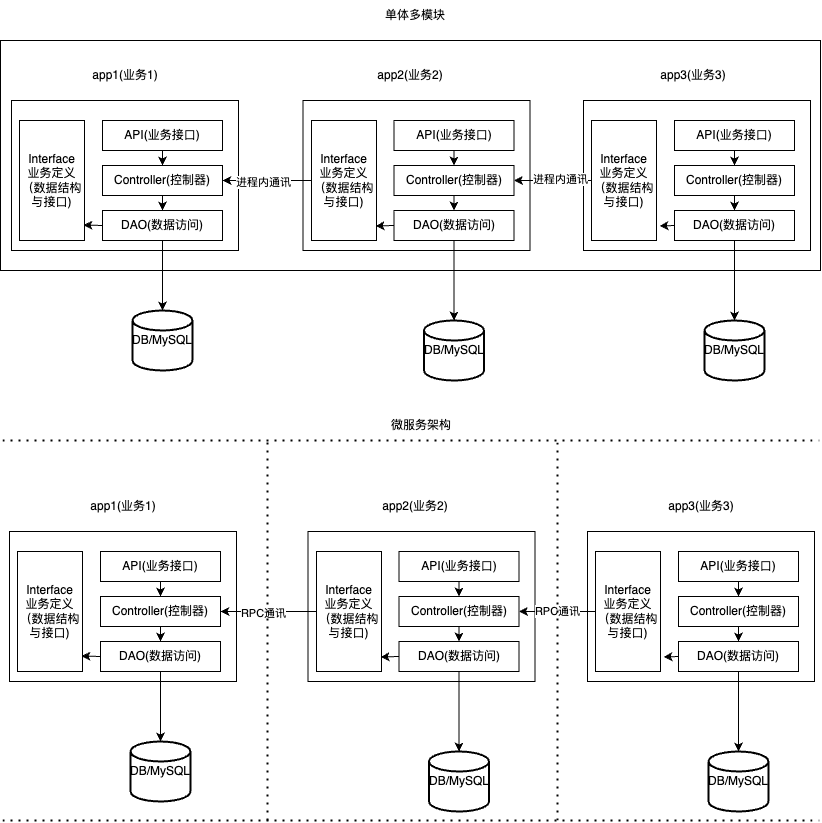
This is static/img/mcube/micro.png from infraboard/docs, a draw.io export, as it was before one commit. Source tidied: cells renumbered, new cells last; positions are measured from the earlier drawing's top-left corner, leaving out a move shared by most shapes. Its diagram source:
```xml
<mxGraphModel>
  <root>
    <mxCell id="0" />
    <mxCell id="1" parent="0" />
    <mxCell id="2" value="单体多模块" style="text;html=1;strokeColor=none;fillColor=none;align=center;verticalAlign=middle;whiteSpace=wrap;rounded=0;" parent="1" vertex="1">
      <mxGeometry x="340" width="150" height="30" as="geometry" />
    </mxCell>
    <mxCell id="3" style="rounded=0;whiteSpace=wrap;html=1;" parent="1" vertex="1">
      <mxGeometry y="40" width="820" height="230" as="geometry" />
    </mxCell>
    <mxCell id="4" style="rounded=0;whiteSpace=wrap;html=1;" parent="1" vertex="1">
      <mxGeometry x="11" y="100" width="227" height="150" as="geometry" />
    </mxCell>
    <mxCell id="5" value="app2(业务2)" style="text;html=1;strokeColor=none;fillColor=none;align=center;verticalAlign=middle;whiteSpace=wrap;rounded=0;" parent="1" vertex="1">
      <mxGeometry x="355" y="60" width="110" height="30" as="geometry" />
    </mxCell>
    <mxCell id="6" value="app1(业务1)" style="text;html=1;strokeColor=none;fillColor=none;align=center;verticalAlign=middle;whiteSpace=wrap;rounded=0;" parent="1" vertex="1">
      <mxGeometry x="54.5" y="60" width="140" height="30" as="geometry" />
    </mxCell>
    <mxCell id="7" value="app3(业务3)" style="text;html=1;strokeColor=none;fillColor=none;align=center;verticalAlign=middle;whiteSpace=wrap;rounded=0;" parent="1" vertex="1">
      <mxGeometry x="622.5" y="60" width="140" height="30" as="geometry" />
    </mxCell>
    <mxCell id="8" value="DB/MySQL" style="strokeWidth=2;html=1;shape=mxgraph.flowchart.database;whiteSpace=wrap;" parent="1" vertex="1">
      <mxGeometry x="132" y="310" width="60" height="60" as="geometry" />
    </mxCell>
    <mxCell id="9" style="edgeStyle=none;html=1;exitX=0.5;exitY=1;exitDx=0;exitDy=0;entryX=0.5;entryY=0;entryDx=0;entryDy=0;" parent="1" edge="1" source="10" target="18">
      <mxGeometry relative="1" as="geometry" />
    </mxCell>
    <mxCell id="10" value="Controller(控制器)" style="rounded=0;whiteSpace=wrap;html=1;" parent="1" vertex="1">
      <mxGeometry x="102" y="165" width="120" height="30" as="geometry" />
    </mxCell>
    <mxCell id="11" value="Interface&lt;br&gt;业务定义&lt;br&gt;（数据结构与接口)" style="rounded=0;whiteSpace=wrap;html=1;" parent="1" vertex="1">
      <mxGeometry x="19" y="120" width="65" height="120" as="geometry" />
    </mxCell>
    <mxCell id="12" value="DB/MySQL" style="strokeWidth=2;html=1;shape=mxgraph.flowchart.database;whiteSpace=wrap;" parent="1" vertex="1">
      <mxGeometry x="423.5" y="320" width="60" height="60" as="geometry" />
    </mxCell>
    <mxCell id="13" value="DB/MySQL" style="strokeWidth=2;html=1;shape=mxgraph.flowchart.database;whiteSpace=wrap;" parent="1" vertex="1">
      <mxGeometry x="704" y="320" width="60" height="60" as="geometry" />
    </mxCell>
    <mxCell id="14" style="edgeStyle=none;html=1;exitX=0.5;exitY=1;exitDx=0;exitDy=0;entryX=0.5;entryY=0;entryDx=0;entryDy=0;" parent="1" edge="1" source="15" target="10">
      <mxGeometry relative="1" as="geometry" />
    </mxCell>
    <mxCell id="15" value="API(业务接口)" style="rounded=0;whiteSpace=wrap;html=1;" parent="1" vertex="1">
      <mxGeometry x="102" y="120" width="120" height="30" as="geometry" />
    </mxCell>
    <mxCell id="16" style="edgeStyle=none;html=1;exitX=0.5;exitY=1;exitDx=0;exitDy=0;" parent="1" edge="1" source="18">
      <mxGeometry relative="1" as="geometry">
        <mxPoint x="162" y="310" as="targetPoint" />
      </mxGeometry>
    </mxCell>
    <mxCell id="17" style="edgeStyle=none;html=1;exitX=0;exitY=0.5;exitDx=0;exitDy=0;entryX=0.985;entryY=0.871;entryDx=0;entryDy=0;entryPerimeter=0;" parent="1" edge="1" source="18" target="11">
      <mxGeometry relative="1" as="geometry" />
    </mxCell>
    <mxCell id="18" value="DAO(数据访问)" style="rounded=0;whiteSpace=wrap;html=1;" parent="1" vertex="1">
      <mxGeometry x="102" y="210" width="120" height="30" as="geometry" />
    </mxCell>
    <mxCell id="19" style="rounded=0;whiteSpace=wrap;html=1;" parent="1" vertex="1">
      <mxGeometry x="302.5" y="100" width="227" height="150" as="geometry" />
    </mxCell>
    <mxCell id="20" style="edgeStyle=none;html=1;exitX=0.5;exitY=1;exitDx=0;exitDy=0;entryX=0.5;entryY=0;entryDx=0;entryDy=0;" parent="1" edge="1" source="21" target="29">
      <mxGeometry relative="1" as="geometry" />
    </mxCell>
    <mxCell id="21" value="Controller(控制器)" style="rounded=0;whiteSpace=wrap;html=1;" parent="1" vertex="1">
      <mxGeometry x="393.5" y="165" width="120" height="30" as="geometry" />
    </mxCell>
    <mxCell id="22" style="edgeStyle=none;html=1;exitX=0;exitY=0.5;exitDx=0;exitDy=0;" parent="1" edge="1" source="24" target="10">
      <mxGeometry relative="1" as="geometry" />
    </mxCell>
    <mxCell id="23" value="进程内通讯" style="edgeLabel;html=1;align=center;verticalAlign=middle;" parent="22" vertex="1">
      <mxGeometry x="0.1" y="1" relative="1" as="geometry" />
    </mxCell>
    <mxCell id="24" value="Interface&lt;br&gt;业务定义&lt;br&gt;（数据结构与接口)" style="rounded=0;whiteSpace=wrap;html=1;" parent="1" vertex="1">
      <mxGeometry x="311" y="120" width="65" height="120" as="geometry" />
    </mxCell>
    <mxCell id="25" style="edgeStyle=none;html=1;exitX=0.5;exitY=1;exitDx=0;exitDy=0;entryX=0.5;entryY=0;entryDx=0;entryDy=0;" parent="1" edge="1" source="26" target="21">
      <mxGeometry relative="1" as="geometry" />
    </mxCell>
    <mxCell id="26" value="API(业务接口)" style="rounded=0;whiteSpace=wrap;html=1;" parent="1" vertex="1">
      <mxGeometry x="393.5" y="120" width="120" height="30" as="geometry" />
    </mxCell>
    <mxCell id="27" style="edgeStyle=none;html=1;exitX=0.5;exitY=1;exitDx=0;exitDy=0;entryX=0.5;entryY=0;entryDx=0;entryDy=0;entryPerimeter=0;" parent="1" edge="1" source="29" target="12">
      <mxGeometry relative="1" as="geometry" />
    </mxCell>
    <mxCell id="28" style="edgeStyle=none;html=1;exitX=0;exitY=0.5;exitDx=0;exitDy=0;entryX=0.985;entryY=0.879;entryDx=0;entryDy=0;entryPerimeter=0;" parent="1" edge="1" source="29" target="24">
      <mxGeometry relative="1" as="geometry" />
    </mxCell>
    <mxCell id="29" value="DAO(数据访问)" style="rounded=0;whiteSpace=wrap;html=1;" parent="1" vertex="1">
      <mxGeometry x="393.5" y="210" width="120" height="30" as="geometry" />
    </mxCell>
    <mxCell id="30" style="rounded=0;whiteSpace=wrap;html=1;" parent="1" vertex="1">
      <mxGeometry x="583" y="100" width="227" height="150" as="geometry" />
    </mxCell>
    <mxCell id="31" style="edgeStyle=none;html=1;exitX=0.5;exitY=1;exitDx=0;exitDy=0;entryX=0.5;entryY=0;entryDx=0;entryDy=0;" parent="1" edge="1" source="32" target="40">
      <mxGeometry relative="1" as="geometry" />
    </mxCell>
    <mxCell id="32" value="Controller(控制器)" style="rounded=0;whiteSpace=wrap;html=1;" parent="1" vertex="1">
      <mxGeometry x="674" y="165" width="120" height="30" as="geometry" />
    </mxCell>
    <mxCell id="33" style="edgeStyle=none;html=1;exitX=0;exitY=0.5;exitDx=0;exitDy=0;entryX=1;entryY=0.5;entryDx=0;entryDy=0;" parent="1" edge="1" source="35" target="21">
      <mxGeometry relative="1" as="geometry" />
    </mxCell>
    <mxCell id="34" value="进程内通讯" style="edgeLabel;html=1;align=center;verticalAlign=middle;" parent="33" vertex="1">
      <mxGeometry x="-0.17" y="-2" relative="1" as="geometry" />
    </mxCell>
    <mxCell id="35" value="Interface&lt;br&gt;业务定义&lt;br&gt;（数据结构与接口)" style="rounded=0;whiteSpace=wrap;html=1;" parent="1" vertex="1">
      <mxGeometry x="591" y="120" width="65" height="120" as="geometry" />
    </mxCell>
    <mxCell id="36" style="edgeStyle=none;html=1;exitX=0.5;exitY=1;exitDx=0;exitDy=0;entryX=0.5;entryY=0;entryDx=0;entryDy=0;" parent="1" edge="1" source="37" target="32">
      <mxGeometry relative="1" as="geometry" />
    </mxCell>
    <mxCell id="37" value="API(业务接口)" style="rounded=0;whiteSpace=wrap;html=1;" parent="1" vertex="1">
      <mxGeometry x="674" y="120" width="120" height="30" as="geometry" />
    </mxCell>
    <mxCell id="38" style="edgeStyle=none;html=1;exitX=0.5;exitY=1;exitDx=0;exitDy=0;entryX=0.5;entryY=0;entryDx=0;entryDy=0;entryPerimeter=0;" parent="1" edge="1" source="40" target="13">
      <mxGeometry relative="1" as="geometry" />
    </mxCell>
    <mxCell id="39" style="edgeStyle=none;html=1;exitX=0;exitY=0.5;exitDx=0;exitDy=0;entryX=1.046;entryY=0.879;entryDx=0;entryDy=0;entryPerimeter=0;" parent="1" edge="1" source="40" target="35">
      <mxGeometry relative="1" as="geometry" />
    </mxCell>
    <mxCell id="40" value="DAO(数据访问)" style="rounded=0;whiteSpace=wrap;html=1;" parent="1" vertex="1">
      <mxGeometry x="674" y="210" width="120" height="30" as="geometry" />
    </mxCell>
    <mxCell id="41" value="微服务架构" style="text;html=1;strokeColor=none;fillColor=none;align=center;verticalAlign=middle;whiteSpace=wrap;rounded=0;" parent="1" vertex="1">
      <mxGeometry x="346" y="410" width="150" height="30" as="geometry" />
    </mxCell>
    <mxCell id="42" style="rounded=0;whiteSpace=wrap;html=1;" parent="1" vertex="1">
      <mxGeometry x="9" y="531" width="227" height="150" as="geometry" />
    </mxCell>
    <mxCell id="43" value="app2(业务2)" style="text;html=1;strokeColor=none;fillColor=none;align=center;verticalAlign=middle;whiteSpace=wrap;rounded=0;" parent="1" vertex="1">
      <mxGeometry x="360" y="491" width="110" height="30" as="geometry" />
    </mxCell>
    <mxCell id="44" value="app1(业务1)" style="text;html=1;strokeColor=none;fillColor=none;align=center;verticalAlign=middle;whiteSpace=wrap;rounded=0;" parent="1" vertex="1">
      <mxGeometry x="52.5" y="491" width="140" height="30" as="geometry" />
    </mxCell>
    <mxCell id="45" value="app3(业务3)" style="text;html=1;strokeColor=none;fillColor=none;align=center;verticalAlign=middle;whiteSpace=wrap;rounded=0;" parent="1" vertex="1">
      <mxGeometry x="630.5" y="491" width="140" height="30" as="geometry" />
    </mxCell>
    <mxCell id="46" value="DB/MySQL" style="strokeWidth=2;html=1;shape=mxgraph.flowchart.database;whiteSpace=wrap;" parent="1" vertex="1">
      <mxGeometry x="130" y="741" width="60" height="60" as="geometry" />
    </mxCell>
    <mxCell id="47" style="edgeStyle=none;html=1;exitX=0.5;exitY=1;exitDx=0;exitDy=0;entryX=0.5;entryY=0;entryDx=0;entryDy=0;" parent="1" edge="1" source="48" target="56">
      <mxGeometry relative="1" as="geometry" />
    </mxCell>
    <mxCell id="48" value="Controller(控制器)" style="rounded=0;whiteSpace=wrap;html=1;" parent="1" vertex="1">
      <mxGeometry x="100" y="596" width="120" height="30" as="geometry" />
    </mxCell>
    <mxCell id="49" value="Interface&lt;br&gt;业务定义&lt;br&gt;（数据结构与接口)" style="rounded=0;whiteSpace=wrap;html=1;" parent="1" vertex="1">
      <mxGeometry x="17" y="551" width="65" height="120" as="geometry" />
    </mxCell>
    <mxCell id="50" value="DB/MySQL" style="strokeWidth=2;html=1;shape=mxgraph.flowchart.database;whiteSpace=wrap;" parent="1" vertex="1">
      <mxGeometry x="428.5" y="751" width="60" height="60" as="geometry" />
    </mxCell>
    <mxCell id="51" value="DB/MySQL" style="strokeWidth=2;html=1;shape=mxgraph.flowchart.database;whiteSpace=wrap;" parent="1" vertex="1">
      <mxGeometry x="708" y="751" width="60" height="60" as="geometry" />
    </mxCell>
    <mxCell id="52" style="edgeStyle=none;html=1;exitX=0.5;exitY=1;exitDx=0;exitDy=0;entryX=0.5;entryY=0;entryDx=0;entryDy=0;" parent="1" edge="1" source="53" target="48">
      <mxGeometry relative="1" as="geometry" />
    </mxCell>
    <mxCell id="53" value="API(业务接口)" style="rounded=0;whiteSpace=wrap;html=1;" parent="1" vertex="1">
      <mxGeometry x="100" y="551" width="120" height="30" as="geometry" />
    </mxCell>
    <mxCell id="54" style="edgeStyle=none;html=1;exitX=0.5;exitY=1;exitDx=0;exitDy=0;" parent="1" edge="1" source="56" target="46">
      <mxGeometry relative="1" as="geometry" />
    </mxCell>
    <mxCell id="55" style="edgeStyle=none;html=1;exitX=0;exitY=0.5;exitDx=0;exitDy=0;entryX=0.985;entryY=0.871;entryDx=0;entryDy=0;entryPerimeter=0;" parent="1" edge="1" source="56" target="49">
      <mxGeometry relative="1" as="geometry" />
    </mxCell>
    <mxCell id="56" value="DAO(数据访问)" style="rounded=0;whiteSpace=wrap;html=1;" parent="1" vertex="1">
      <mxGeometry x="100" y="641" width="120" height="30" as="geometry" />
    </mxCell>
    <mxCell id="57" style="rounded=0;whiteSpace=wrap;html=1;" parent="1" vertex="1">
      <mxGeometry x="307.5" y="531" width="227" height="150" as="geometry" />
    </mxCell>
    <mxCell id="58" style="edgeStyle=none;html=1;exitX=0.5;exitY=1;exitDx=0;exitDy=0;entryX=0.5;entryY=0;entryDx=0;entryDy=0;" parent="1" edge="1" source="59" target="67">
      <mxGeometry relative="1" as="geometry" />
    </mxCell>
    <mxCell id="59" value="Controller(控制器)" style="rounded=0;whiteSpace=wrap;html=1;" parent="1" vertex="1">
      <mxGeometry x="398.5" y="596" width="120" height="30" as="geometry" />
    </mxCell>
    <mxCell id="60" style="edgeStyle=none;html=1;exitX=0;exitY=0.5;exitDx=0;exitDy=0;entryX=1;entryY=0.5;entryDx=0;entryDy=0;" parent="1" edge="1" source="62" target="48">
      <mxGeometry relative="1" as="geometry" />
    </mxCell>
    <mxCell id="61" value="RPC通讯" style="edgeLabel;html=1;align=center;verticalAlign=middle;" parent="60" vertex="1">
      <mxGeometry x="0.13" y="1" relative="1" as="geometry" />
    </mxCell>
    <mxCell id="62" value="Interface&lt;br&gt;业务定义&lt;br&gt;（数据结构与接口)" style="rounded=0;whiteSpace=wrap;html=1;" parent="1" vertex="1">
      <mxGeometry x="316" y="551" width="65" height="120" as="geometry" />
    </mxCell>
    <mxCell id="63" style="edgeStyle=none;html=1;exitX=0.5;exitY=1;exitDx=0;exitDy=0;entryX=0.5;entryY=0;entryDx=0;entryDy=0;" parent="1" edge="1" source="64" target="59">
      <mxGeometry relative="1" as="geometry" />
    </mxCell>
    <mxCell id="64" value="API(业务接口)" style="rounded=0;whiteSpace=wrap;html=1;" parent="1" vertex="1">
      <mxGeometry x="398.5" y="551" width="120" height="30" as="geometry" />
    </mxCell>
    <mxCell id="65" style="edgeStyle=none;html=1;exitX=0.5;exitY=1;exitDx=0;exitDy=0;entryX=0.5;entryY=0;entryDx=0;entryDy=0;entryPerimeter=0;" parent="1" edge="1" source="67" target="50">
      <mxGeometry relative="1" as="geometry" />
    </mxCell>
    <mxCell id="66" style="edgeStyle=none;html=1;exitX=0;exitY=0.5;exitDx=0;exitDy=0;entryX=0.985;entryY=0.879;entryDx=0;entryDy=0;entryPerimeter=0;" parent="1" edge="1" source="67" target="62">
      <mxGeometry relative="1" as="geometry" />
    </mxCell>
    <mxCell id="67" value="DAO(数据访问)" style="rounded=0;whiteSpace=wrap;html=1;" parent="1" vertex="1">
      <mxGeometry x="398.5" y="641" width="120" height="30" as="geometry" />
    </mxCell>
    <mxCell id="68" style="rounded=0;whiteSpace=wrap;html=1;" parent="1" vertex="1">
      <mxGeometry x="587" y="531" width="227" height="150" as="geometry" />
    </mxCell>
    <mxCell id="69" style="edgeStyle=none;html=1;exitX=0.5;exitY=1;exitDx=0;exitDy=0;entryX=0.5;entryY=0;entryDx=0;entryDy=0;" parent="1" edge="1" source="70" target="77">
      <mxGeometry relative="1" as="geometry" />
    </mxCell>
    <mxCell id="70" value="Controller(控制器)" style="rounded=0;whiteSpace=wrap;html=1;" parent="1" vertex="1">
      <mxGeometry x="678" y="596" width="120" height="30" as="geometry" />
    </mxCell>
    <mxCell id="71" value="RPC通讯" style="edgeStyle=none;html=1;exitX=0;exitY=0.5;exitDx=0;exitDy=0;" parent="1" edge="1" source="72" target="59">
      <mxGeometry relative="1" as="geometry" />
    </mxCell>
    <mxCell id="72" value="Interface&lt;br&gt;业务定义&lt;br&gt;（数据结构与接口)" style="rounded=0;whiteSpace=wrap;html=1;" parent="1" vertex="1">
      <mxGeometry x="595" y="551" width="65" height="120" as="geometry" />
    </mxCell>
    <mxCell id="73" style="edgeStyle=none;html=1;exitX=0.5;exitY=1;exitDx=0;exitDy=0;entryX=0.5;entryY=0;entryDx=0;entryDy=0;" parent="1" edge="1" source="74" target="70">
      <mxGeometry relative="1" as="geometry" />
    </mxCell>
    <mxCell id="74" value="API(业务接口)" style="rounded=0;whiteSpace=wrap;html=1;" parent="1" vertex="1">
      <mxGeometry x="678" y="551" width="120" height="30" as="geometry" />
    </mxCell>
    <mxCell id="75" style="edgeStyle=none;html=1;exitX=0.5;exitY=1;exitDx=0;exitDy=0;entryX=0.5;entryY=0;entryDx=0;entryDy=0;entryPerimeter=0;" parent="1" edge="1" source="77" target="51">
      <mxGeometry relative="1" as="geometry" />
    </mxCell>
    <mxCell id="76" style="edgeStyle=none;html=1;exitX=0;exitY=0.5;exitDx=0;exitDy=0;entryX=1.046;entryY=0.879;entryDx=0;entryDy=0;entryPerimeter=0;" parent="1" edge="1" source="77" target="72">
      <mxGeometry relative="1" as="geometry" />
    </mxCell>
    <mxCell id="77" value="DAO(数据访问)" style="rounded=0;whiteSpace=wrap;html=1;" parent="1" vertex="1">
      <mxGeometry x="678" y="641" width="120" height="30" as="geometry" />
    </mxCell>
    <mxCell id="78" style="endArrow=none;dashed=1;html=1;dashPattern=1 3;strokeWidth=2;" parent="1" edge="1">
      <mxGeometry relative="1" as="geometry">
        <mxPoint x="267" y="820" as="sourcePoint" />
        <mxPoint x="267" y="441" as="targetPoint" />
        <Array as="points">
          <mxPoint x="267" y="611" />
        </Array>
      </mxGeometry>
    </mxCell>
    <mxCell id="79" style="endArrow=none;dashed=1;html=1;dashPattern=1 3;strokeWidth=2;" parent="1" edge="1">
      <mxGeometry relative="1" as="geometry">
        <mxPoint x="557" y="820" as="sourcePoint" />
        <mxPoint x="557" y="441" as="targetPoint" />
      </mxGeometry>
    </mxCell>
    <mxCell id="80" style="endArrow=none;dashed=1;html=1;dashPattern=1 3;strokeWidth=2;" parent="1" edge="1">
      <mxGeometry relative="1" as="geometry">
        <mxPoint x="2" y="440" as="sourcePoint" />
        <mxPoint x="819" y="440" as="targetPoint" />
      </mxGeometry>
    </mxCell>
    <mxCell id="81" style="endArrow=none;dashed=1;html=1;dashPattern=1 3;strokeWidth=2;" parent="1" edge="1">
      <mxGeometry relative="1" as="geometry">
        <mxPoint x="2" y="820" as="sourcePoint" />
        <mxPoint x="819" y="820" as="targetPoint" />
      </mxGeometry>
    </mxCell>
  </root>
</mxGraphModel>
```
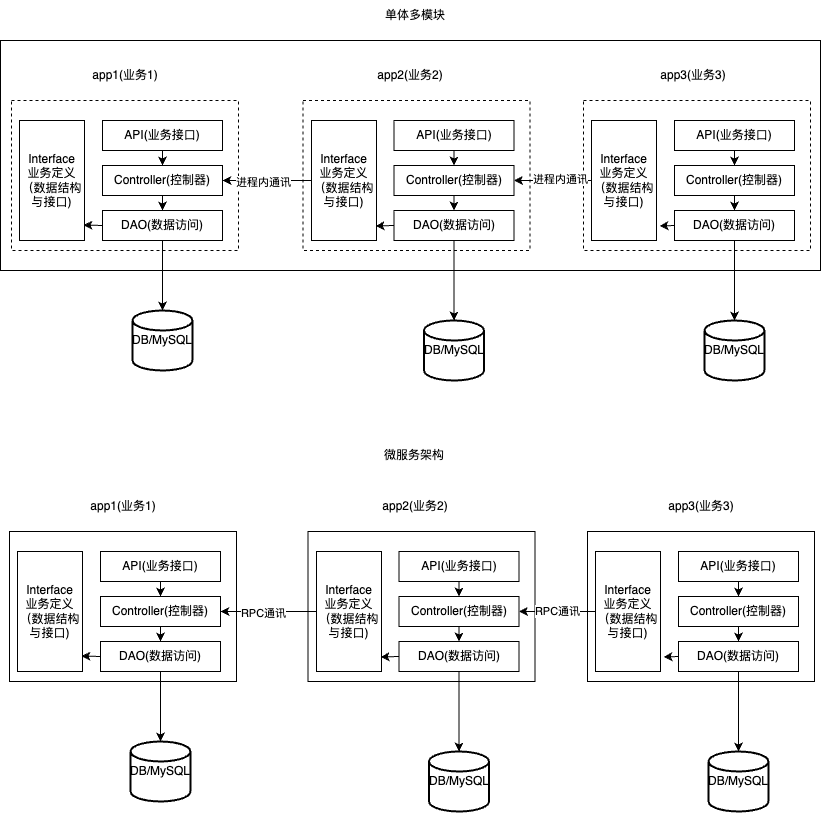
The same file after the commit.

Diff of the diagram source:
```diff
@@ -8,7 +8,7 @@
     <mxCell id="3" style="rounded=0;whiteSpace=wrap;html=1;" parent="1" vertex="1">
       <mxGeometry y="40" width="820" height="230" as="geometry" />
     </mxCell>
-    <mxCell id="4" style="rounded=0;whiteSpace=wrap;html=1;" parent="1" vertex="1">
+    <mxCell id="4" style="rounded=0;whiteSpace=wrap;html=1;dashed=1;" parent="1" vertex="1">
       <mxGeometry x="11" y="100" width="227" height="150" as="geometry" />
     </mxCell>
     <mxCell id="5" value="app2(业务2)" style="text;html=1;strokeColor=none;fillColor=none;align=center;verticalAlign=middle;whiteSpace=wrap;rounded=0;" parent="1" vertex="1">
@@ -55,7 +55,7 @@
     <mxCell id="18" value="DAO(数据访问)" style="rounded=0;whiteSpace=wrap;html=1;" parent="1" vertex="1">
       <mxGeometry x="102" y="210" width="120" height="30" as="geometry" />
     </mxCell>
-    <mxCell id="19" style="rounded=0;whiteSpace=wrap;html=1;" parent="1" vertex="1">
+    <mxCell id="19" style="rounded=0;whiteSpace=wrap;html=1;dashed=1;" parent="1" vertex="1">
       <mxGeometry x="302.5" y="100" width="227" height="150" as="geometry" />
     </mxCell>
     <mxCell id="20" style="edgeStyle=none;html=1;exitX=0.5;exitY=1;exitDx=0;exitDy=0;entryX=0.5;entryY=0;entryDx=0;entryDy=0;" parent="1" edge="1" source="21" target="29">
@@ -88,7 +88,7 @@
     <mxCell id="29" value="DAO(数据访问)" style="rounded=0;whiteSpace=wrap;html=1;" parent="1" vertex="1">
       <mxGeometry x="393.5" y="210" width="120" height="30" as="geometry" />
     </mxCell>
-    <mxCell id="30" style="rounded=0;whiteSpace=wrap;html=1;" parent="1" vertex="1">
+    <mxCell id="30" style="rounded=0;whiteSpace=wrap;html=1;dashed=1;" parent="1" vertex="1">
       <mxGeometry x="583" y="100" width="227" height="150" as="geometry" />
     </mxCell>
     <mxCell id="31" style="edgeStyle=none;html=1;exitX=0.5;exitY=1;exitDx=0;exitDy=0;entryX=0.5;entryY=0;entryDx=0;entryDy=0;" parent="1" edge="1" source="32" target="40">
@@ -122,7 +122,7 @@
       <mxGeometry x="674" y="210" width="120" height="30" as="geometry" />
     </mxCell>
     <mxCell id="41" value="微服务架构" style="text;html=1;strokeColor=none;fillColor=none;align=center;verticalAlign=middle;whiteSpace=wrap;rounded=0;" parent="1" vertex="1">
-      <mxGeometry x="346" y="410" width="150" height="30" as="geometry" />
+      <mxGeometry x="338.5" y="440" width="150" height="30" as="geometry" />
     </mxCell>
     <mxCell id="42" style="rounded=0;whiteSpace=wrap;html=1;" parent="1" vertex="1">
       <mxGeometry x="9" y="531" width="227" height="150" as="geometry" />
@@ -232,32 +232,5 @@
     <mxCell id="77" value="DAO(数据访问)" style="rounded=0;whiteSpace=wrap;html=1;" parent="1" vertex="1">
       <mxGeometry x="678" y="641" width="120" height="30" as="geometry" />
     </mxCell>
-    <mxCell id="78" style="endArrow=none;dashed=1;html=1;dashPattern=1 3;strokeWidth=2;" parent="1" edge="1">
-      <mxGeometry relative="1" as="geometry">
-        <mxPoint x="267" y="820" as="sourcePoint" />
-        <mxPoint x="267" y="441" as="targetPoint" />
-        <Array as="points">
-          <mxPoint x="267" y="611" />
-        </Array>
-      </mxGeometry>
-    </mxCell>
-    <mxCell id="79" style="endArrow=none;dashed=1;html=1;dashPattern=1 3;strokeWidth=2;" parent="1" edge="1">
-      <mxGeometry relative="1" as="geometry">
-        <mxPoint x="557" y="820" as="sourcePoint" />
-        <mxPoint x="557" y="441" as="targetPoint" />
-      </mxGeometry>
-    </mxCell>
-    <mxCell id="80" style="endArrow=none;dashed=1;html=1;dashPattern=1 3;strokeWidth=2;" parent="1" edge="1">
-      <mxGeometry relative="1" as="geometry">
-        <mxPoint x="2" y="440" as="sourcePoint" />
-        <mxPoint x="819" y="440" as="targetPoint" />
-      </mxGeometry>
-    </mxCell>
-    <mxCell id="81" style="endArrow=none;dashed=1;html=1;dashPattern=1 3;strokeWidth=2;" parent="1" edge="1">
-      <mxGeometry relative="1" as="geometry">
-        <mxPoint x="2" y="820" as="sourcePoint" />
-        <mxPoint x="819" y="820" as="targetPoint" />
-      </mxGeometry>
-    </mxCell>
   </root>
 </mxGraphModel>
```
